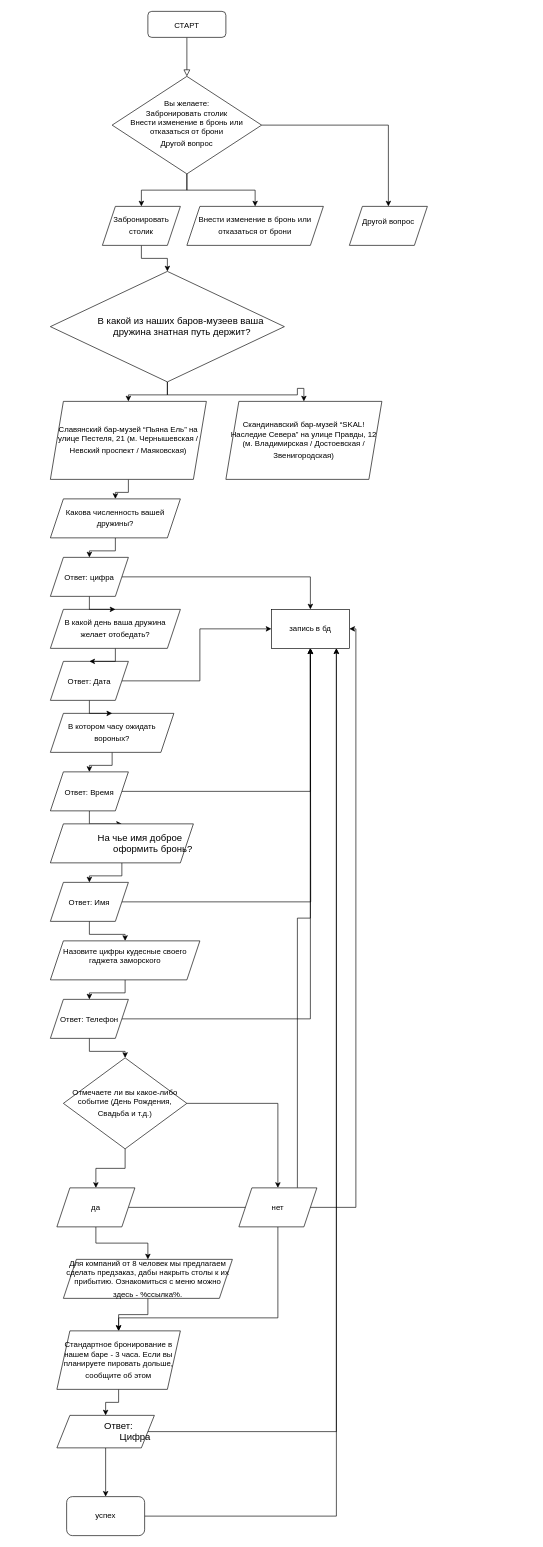
kaoekb/drawio keeps this draw.io diagram as Диаграмма без названия.drawio. Above is the earlier version. Source tidied: cells renumbered, new cells numbered last; positions are measured from the earlier drawing's top-left corner, leaving out a move shared by most shapes. Both pictures are drawn from the tidied source at 65%, with x=0, y=0 at pixel (50, 11).
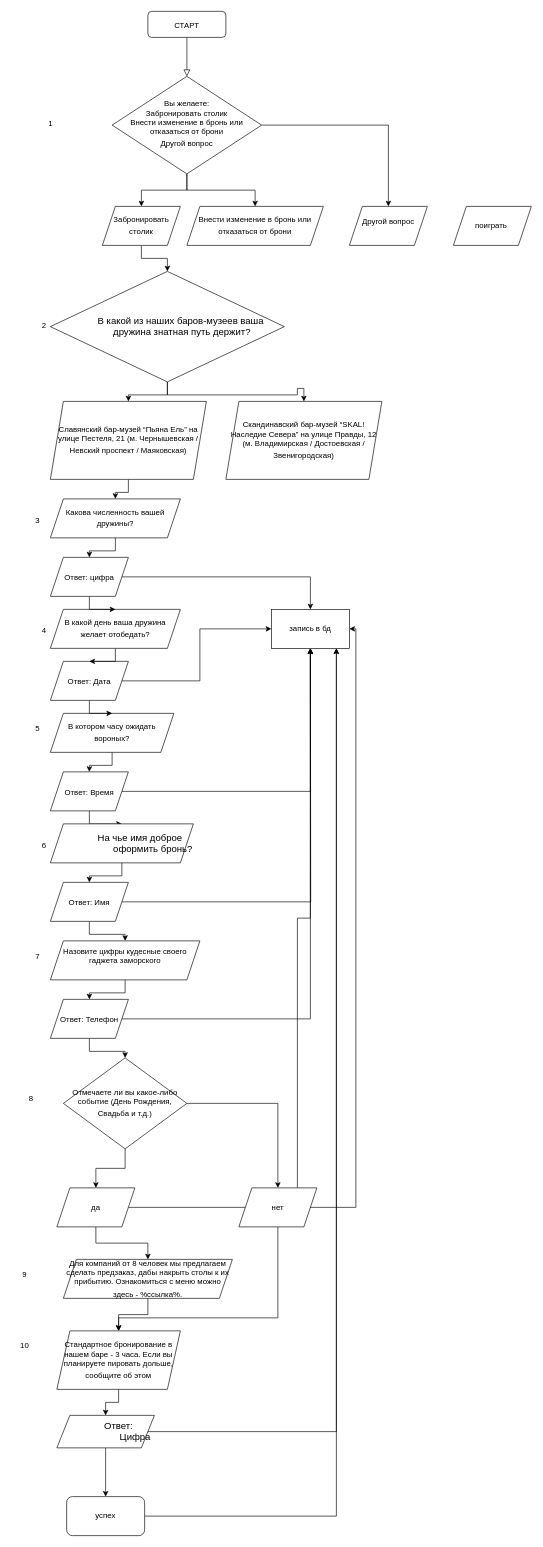
The same diagram, later.

Diff of the diagram source:
```diff
@@
+    <mxCell id="62" value="1" style="text;html=1;align=center;verticalAlign=middle;strokeColor=none;fillColor=none;" parent="1" vertex="1">
+      <mxGeometry x="-15" y="158" width="30" height="30" as="geometry" />
+    </mxCell>
+    <mxCell id="63" value="2" style="text;html=1;align=center;verticalAlign=middle;strokeColor=none;fillColor=none;" parent="1" vertex="1">
+      <mxGeometry x="-25" y="468" width="30" height="30" as="geometry" />
+    </mxCell>
+    <mxCell id="64" value="3&lt;br&gt;" style="text;html=1;align=center;verticalAlign=middle;strokeColor=none;fillColor=none;" parent="1" vertex="1">
+      <mxGeometry x="-35" y="768" width="30" height="30" as="geometry" />
+    </mxCell>
+    <mxCell id="65" value="4" style="text;html=1;align=center;verticalAlign=middle;strokeColor=none;fillColor=none;" parent="1" vertex="1">
+      <mxGeometry x="-25" y="938" width="30" height="30" as="geometry" />
+    </mxCell>
+    <mxCell id="66" value="5" style="text;html=1;align=center;verticalAlign=middle;strokeColor=none;fillColor=none;" parent="1" vertex="1">
+      <mxGeometry x="-35" y="1088" width="30" height="30" as="geometry" />
+    </mxCell>
+    <mxCell id="67" value="6" style="text;html=1;align=center;verticalAlign=middle;strokeColor=none;fillColor=none;" parent="1" vertex="1">
+      <mxGeometry x="-25" y="1268" width="30" height="30" as="geometry" />
+    </mxCell>
+    <mxCell id="68" value="7&lt;br&gt;" style="text;html=1;align=center;verticalAlign=middle;strokeColor=none;fillColor=none;" parent="1" vertex="1">
+      <mxGeometry x="-35" y="1440" width="30" height="30" as="geometry" />
+    </mxCell>
+    <mxCell id="69" value="8&lt;br&gt;" style="text;html=1;align=center;verticalAlign=middle;strokeColor=none;fillColor=none;" parent="1" vertex="1">
+      <mxGeometry x="-45" y="1658" width="30" height="30" as="geometry" />
+    </mxCell>
+    <mxCell id="70" value="9" style="text;html=1;align=center;verticalAlign=middle;strokeColor=none;fillColor=none;" parent="1" vertex="1">
+      <mxGeometry x="-55" y="1928" width="30" height="30" as="geometry" />
+    </mxCell>
+    <mxCell id="71" value="10&lt;br&gt;" style="text;html=1;align=center;verticalAlign=middle;strokeColor=none;fillColor=none;" parent="1" vertex="1">
+      <mxGeometry x="-60" y="2038" width="40" height="30" as="geometry" />
+    </mxCell>
+    <mxCell id="72" value="поиграть&amp;nbsp;&lt;br&gt;" style="shape=parallelogram;perimeter=parallelogramPerimeter;whiteSpace=wrap;html=1;fixedSize=1;" parent="1" vertex="1">
+      <mxGeometry x="620" y="300" width="120" height="60" as="geometry" />
+    </mxCell>
```
